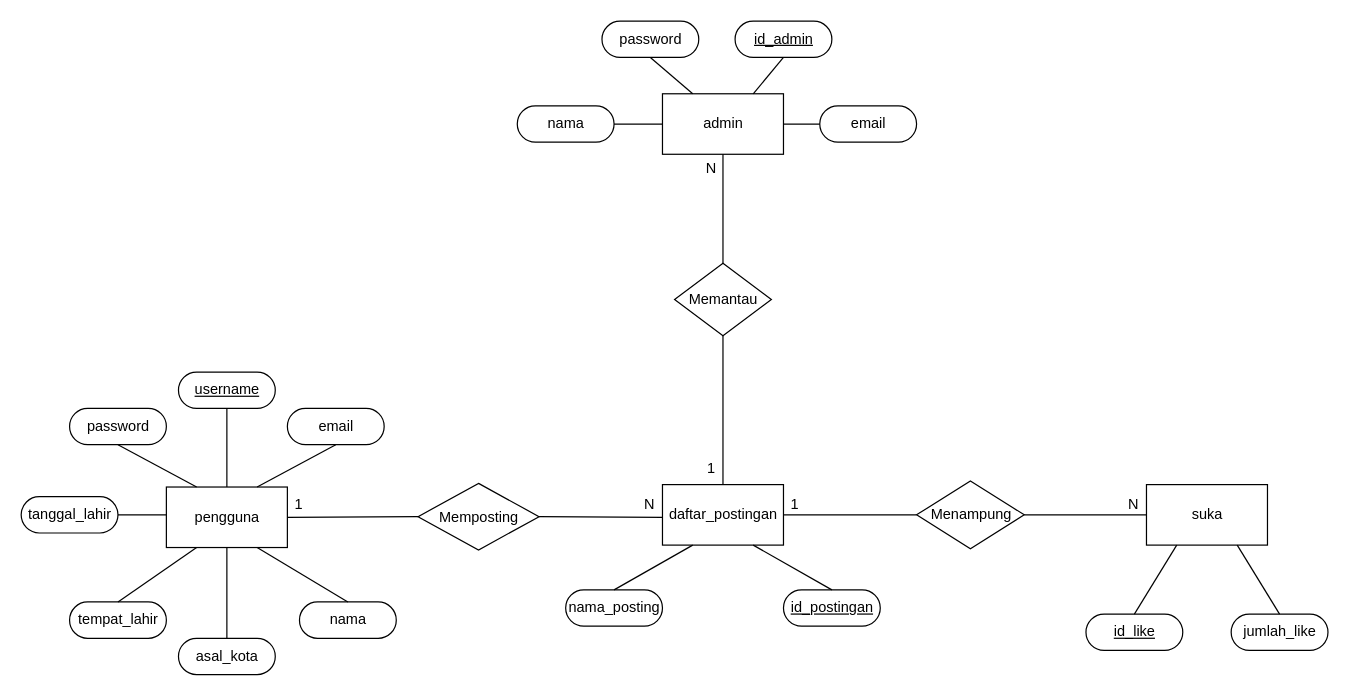
The draw.io diagram erd food diary.drawio in j3c118131/RPL, before the edit. Source tidied: cells renumbered, new cells numbered last; positions are measured from the earlier drawing's top-left corner, leaving out a move shared by most shapes. Both pictures are drawn from the tidied source at 121%, with x=0, y=0 at pixel (21, 21).
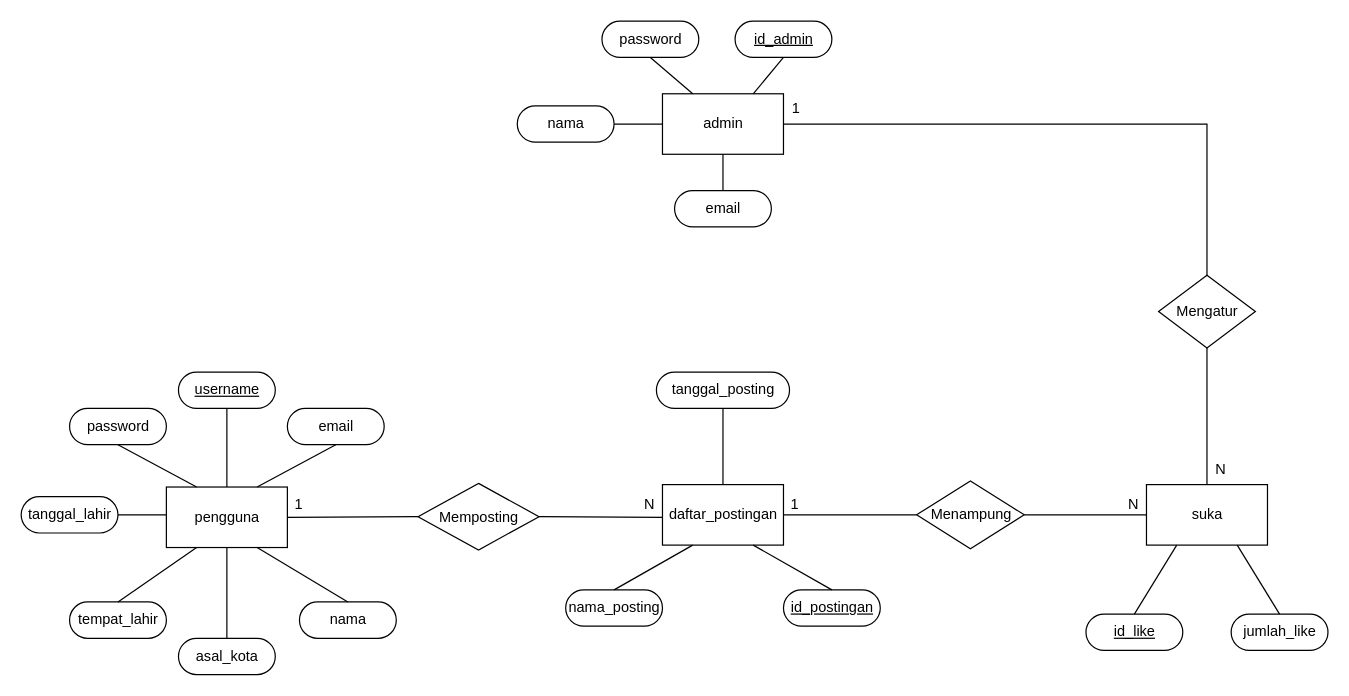
Above is the later version.

The change refers to these unchanged cells:
```xml
<mxCell id="3" value="daftar_postingan" style="html=1;dashed=0;whitespace=wrap;" parent="1" vertex="1">
  <mxGeometry x="530" y="383" width="100" height="50" as="geometry" />
</mxCell>
<mxCell id="4" value="suka" style="html=1;dashed=0;whitespace=wrap;" parent="1" vertex="1">
  <mxGeometry x="930" y="383" width="100" height="50" as="geometry" />
</mxCell>
<mxCell id="5" value="admin" style="html=1;dashed=0;whitespace=wrap;" parent="1" vertex="1">
  <mxGeometry x="530" y="60" width="100" height="50" as="geometry" />
</mxCell>
```

Diff of the diagram source:
```diff
@@
+    <mxCell id="51" style="edgeStyle=orthogonalEdgeStyle;rounded=0;jettySize=auto;html=1;exitX=0.5;exitY=0;exitDx=0;exitDy=0;entryX=0.5;entryY=0.5;entryDx=0;entryDy=15;entryPerimeter=0;endArrow=none;endFill=0;" parent="1" edge="1" source="3" target="52">
+      <mxGeometry relative="1" as="geometry" />
+    </mxCell>
@@
-    <mxCell id="8" value="Memantau" style="shape=rhombus;html=1;dashed=0;whitespace=wrap;perimeter=rhombusPerimeter;" parent="1" vertex="1">
-      <mxGeometry x="540" y="200" width="80" height="60" as="geometry" />
+    <mxCell id="8" value="Mengatur" style="shape=rhombus;html=1;dashed=0;whitespace=wrap;perimeter=rhombusPerimeter;" parent="1" vertex="1">
+      <mxGeometry x="940" y="210" width="80" height="60" as="geometry" />
     </mxCell>
@@
-    <mxCell id="17" style="endArrow=none;html=1;rounded=0;exitX=0.5;exitY=1;exitDx=0;exitDy=0;entryX=0.5;entryY=0;entryDx=0;entryDy=0;" parent="1" edge="1" source="5" target="8">
-      <mxGeometry relative="1" as="geometry" />
+    <mxCell id="17" style="endArrow=none;html=1;rounded=0;entryX=0.5;entryY=0;entryDx=0;entryDy=0;exitX=1;exitY=0.5;exitDx=0;exitDy=0;" parent="1" edge="1" source="5" target="8">
+      <mxGeometry relative="1" as="geometry">
+        <Array as="points">
+          <mxPoint x="980" y="85" />
+        </Array>
+      </mxGeometry>
     </mxCell>
     <mxCell id="18" value="N" style="html=1;align=right;verticalAlign=bottom;" parent="17" vertex="1">
       <mxGeometry x="1" relative="1" as="geometry">
-        <mxPoint x="-5" y="-70.3" as="offset" />
+        <mxPoint x="16" y="169.3" as="offset" />
       </mxGeometry>
     </mxCell>
-    <mxCell id="19" style="endArrow=none;html=1;rounded=0;exitX=0.5;exitY=1;exitDx=0;exitDy=0;entryX=0.5;entryY=0;entryDx=0;entryDy=0;" parent="1" edge="1" source="8" target="3">
+    <mxCell id="19" style="endArrow=none;html=1;rounded=0;exitX=0.5;exitY=1;exitDx=0;exitDy=0;entryX=0.5;entryY=0;entryDx=0;entryDy=0;" parent="1" edge="1" source="8" target="4">
       <mxGeometry relative="1" as="geometry" />
     </mxCell>
     <mxCell id="20" value="1" style="html=1;align=right;verticalAlign=bottom;" parent="19" vertex="1">
       <mxGeometry x="1" relative="1" as="geometry">
-        <mxPoint x="-6.3" y="-5" as="offset" />
+        <mxPoint x="-336" y="-302.9" as="offset" />
       </mxGeometry>
     </mxCell>
@@
     <mxCell id="49" value="email" style="html=1;dashed=0;whitespace=wrap;shape=mxgraph.dfd.start;" parent="1" vertex="1">
-      <mxGeometry x="660" y="70" width="80" height="30" as="geometry" />
+      <mxGeometry x="540" y="140" width="80" height="30" as="geometry" />
     </mxCell>
-    <mxCell id="50" style="endArrow=none;html=1;rounded=0;exitX=0;exitY=0.5;exitDx=0;exitDy=0;exitPerimeter=0;entryX=1;entryY=0.5;entryDx=0;entryDy=0;" parent="1" edge="1" source="49" target="5">
+    <mxCell id="50" style="endArrow=none;html=1;rounded=0;exitX=0.5;exitY=0.5;exitDx=0;exitDy=-15;exitPerimeter=0;entryX=0.5;entryY=1;entryDx=0;entryDy=0;" parent="1" edge="1" source="49" target="5">
       <mxGeometry relative="1" as="geometry" />
     </mxCell>
+    <mxCell id="52" value="tanggal_posting" style="html=1;dashed=0;whitespace=wrap;shape=mxgraph.dfd.start;" parent="1" vertex="1">
+      <mxGeometry x="525" y="290" width="110" height="30" as="geometry" />
+    </mxCell>
```
